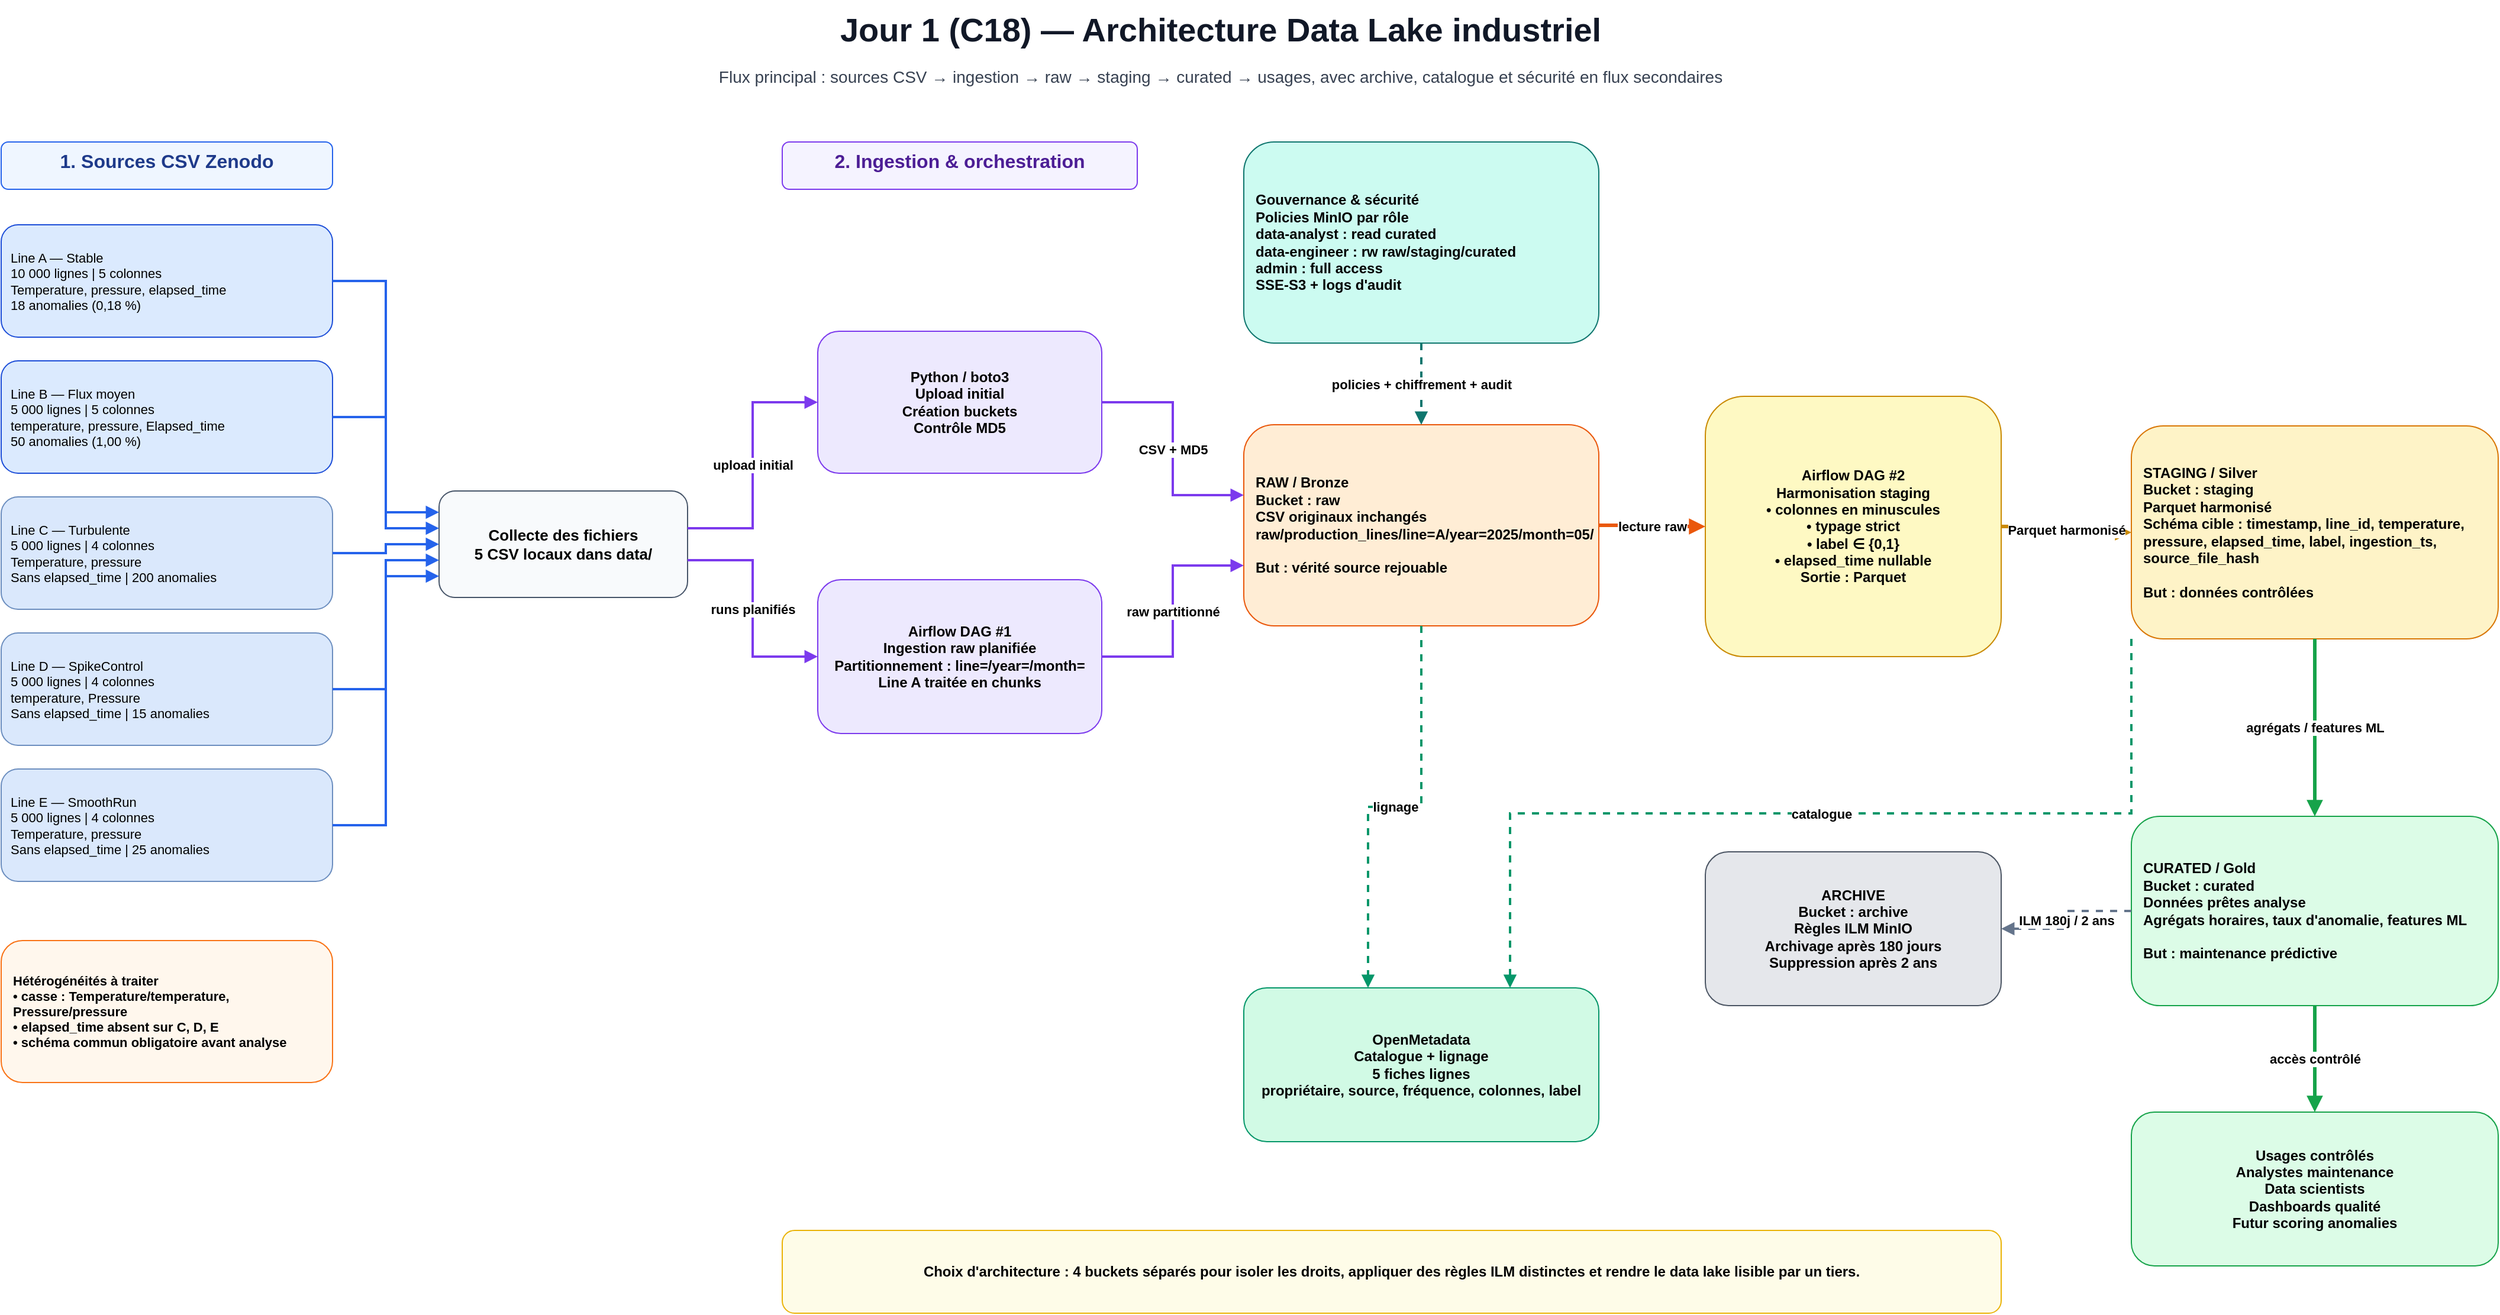
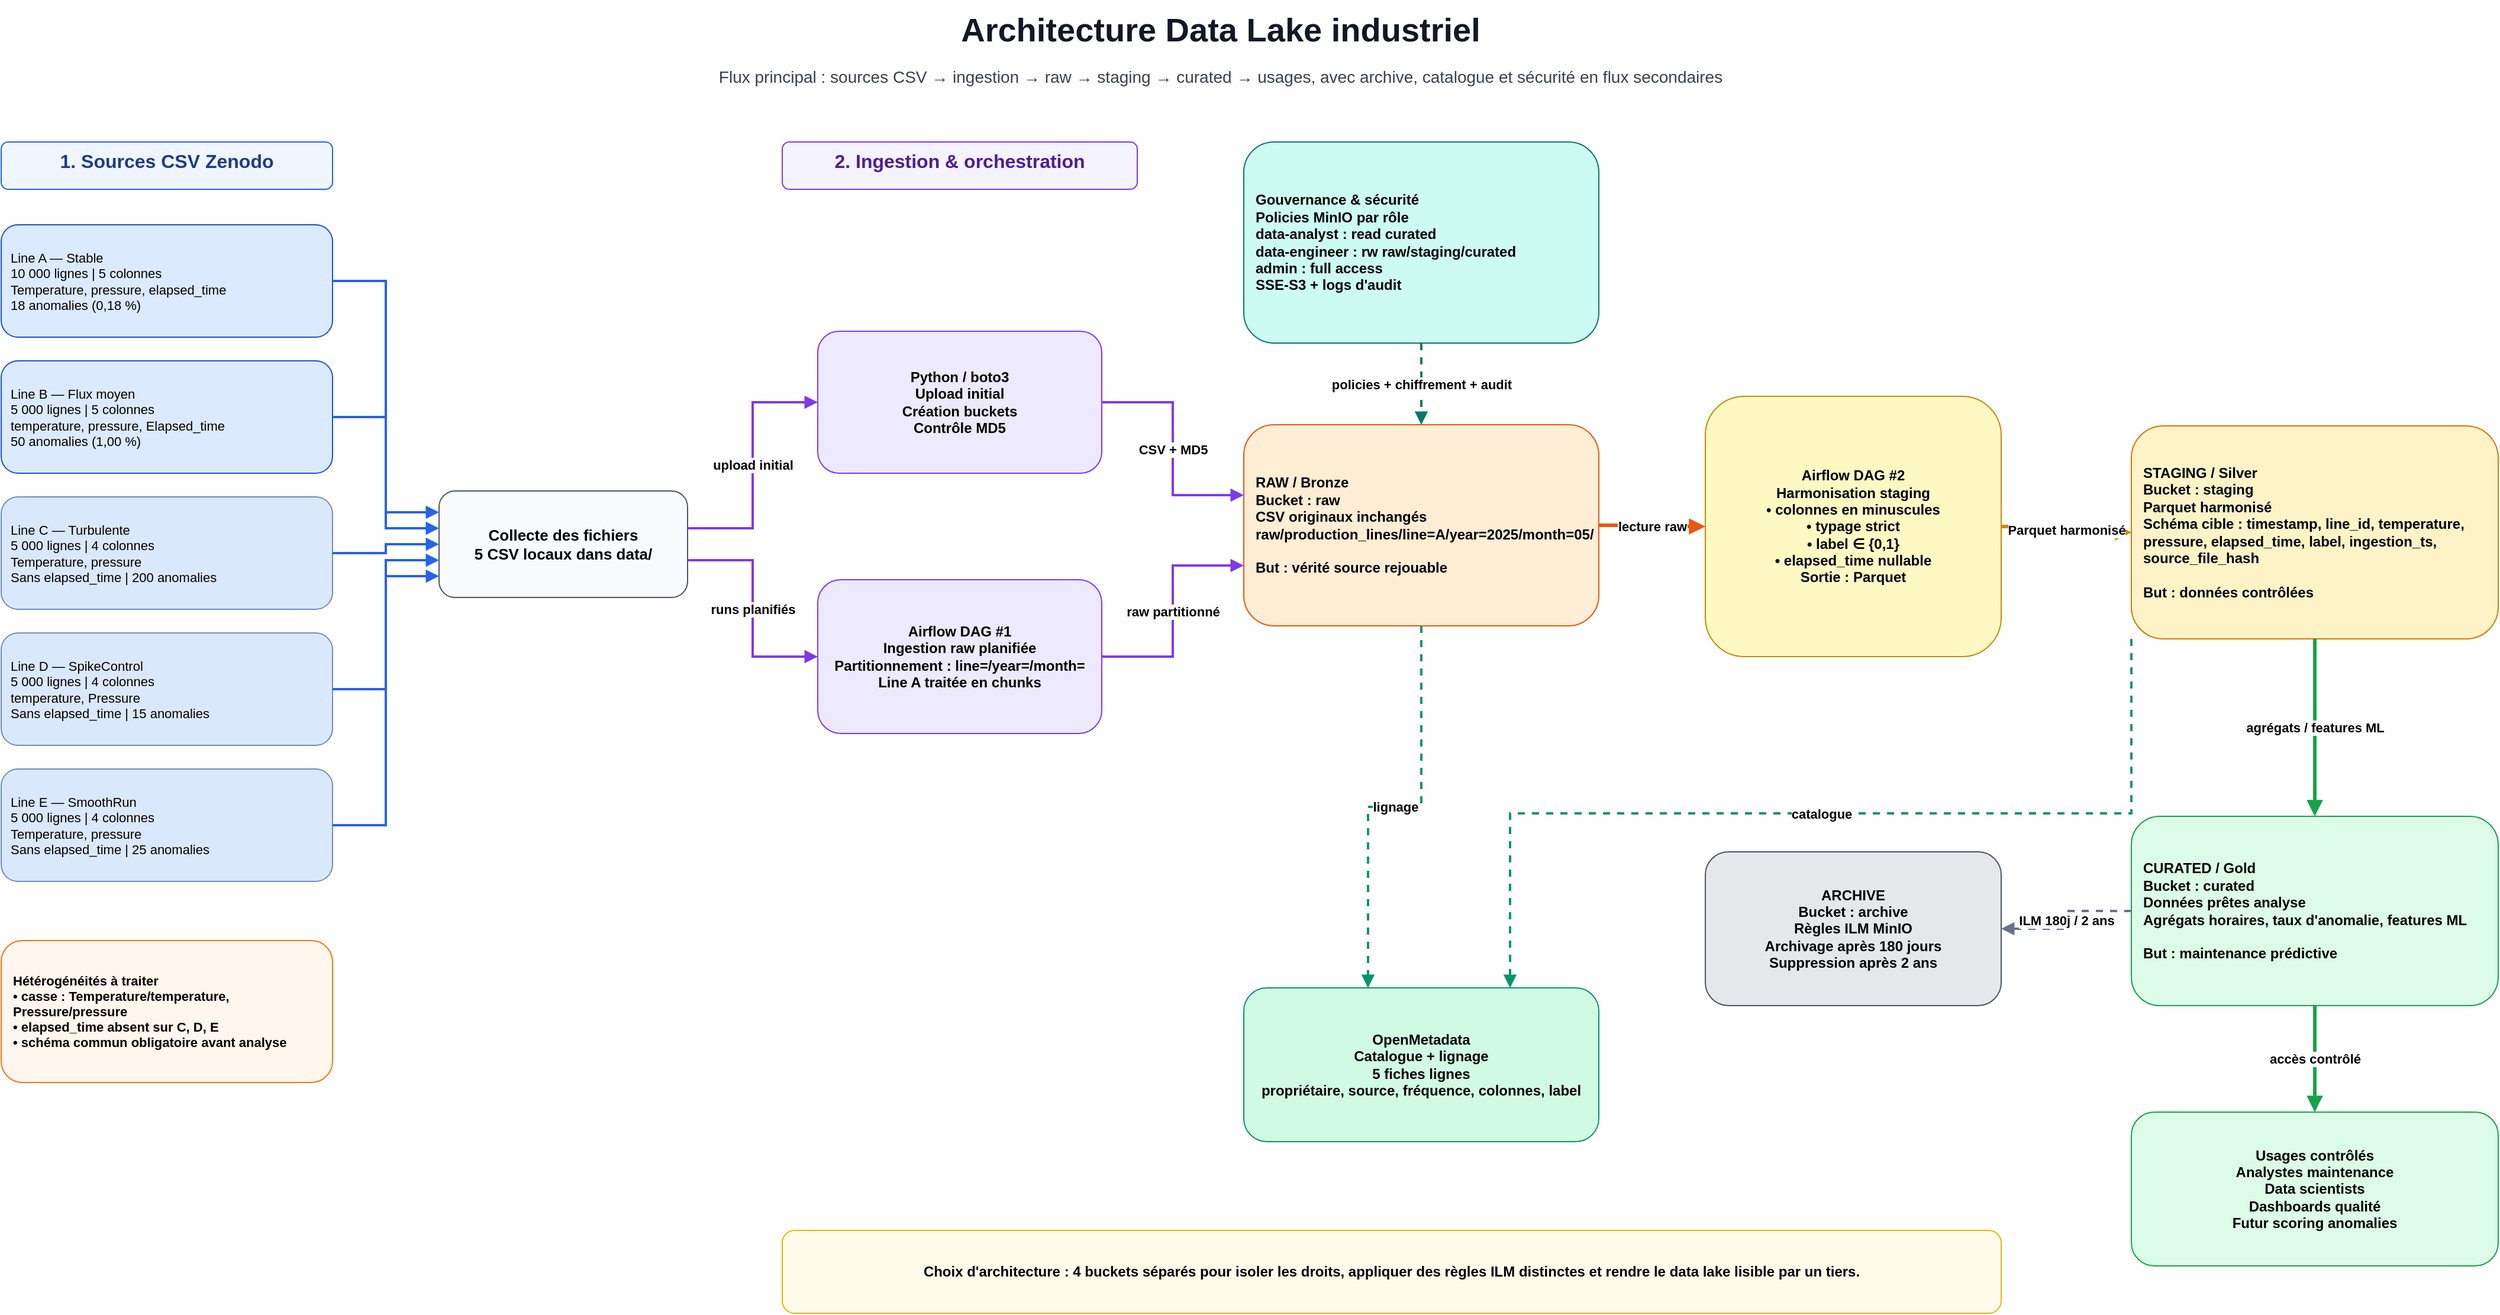
<mxfile host="app.diagrams.net" agent="Codex">
  <diagram id="jour1-datalake-architecture" name="Jour 1 - Architecture Data Lake">
-     <mxGraphModel dx="1488" dy="782" grid="1" gridSize="10" guides="1" tooltips="1" connect="1" arrows="1" fold="1" page="1" pageScale="1" pageWidth="2200" pageHeight="1300" background="#ffffff" math="0" shadow="0">
+     <mxGraphModel dx="2175" dy="1143" grid="1" gridSize="10" guides="1" tooltips="1" connect="1" arrows="1" fold="1" page="1" pageScale="1" pageWidth="2200" pageHeight="1300" background="#ffffff" math="0" shadow="0">
      <root>
        <mxCell id="0" />
        <mxCell id="1" parent="0" />
-         <mxCell id="title" parent="1" style="text;html=1;strokeColor=none;fillColor=none;align=center;verticalAlign=middle;fontSize=28;fontStyle=1;fontColor=#111827;" value="Jour 1 (C18) — Architecture Data Lake industriel" vertex="1">
+         <mxCell id="title" parent="1" style="text;html=1;strokeColor=none;fillColor=none;align=center;verticalAlign=middle;fontSize=28;fontStyle=1;fontColor=#111827;" value="Architecture Data Lake industriel" vertex="1">
          <mxGeometry height="50" width="1880" x="160" y="30" as="geometry" />
        </mxCell>
        <mxCell id="subtitle" parent="1" style="text;html=1;strokeColor=none;fillColor=none;align=center;verticalAlign=middle;fontSize=14;fontColor=#374151;" value="Flux principal : sources CSV → ingestion → raw → staging → curated → usages, avec archive, catalogue et sécurité en flux secondaires" vertex="1">
          <mxGeometry height="30" width="1720" x="240" y="80" as="geometry" />
        </mxCell>
        <mxCell id="sources-title" parent="1" style="text;html=1;rounded=1;whiteSpace=wrap;fontSize=16;fontStyle=1;align=center;fillColor=#eff6ff;strokeColor=#2563eb;fontColor=#1e3a8a;" value="1. Sources CSV Zenodo" vertex="1">
          <mxGeometry height="40" width="280" x="70" y="150" as="geometry" />
        </mxCell>
        <mxCell id="line-a" parent="1" style="rounded=1;whiteSpace=wrap;html=1;fillColor=#dbeafe;strokeColor=#1d4ed8;fontSize=11;align=left;spacing=8;" value="Line A — Stable&#xa;10 000 lignes | 5 colonnes&#xa;Temperature, pressure, elapsed_time&#xa;18 anomalies (0,18 %)" vertex="1">
          <mxGeometry height="95" width="280" x="70" y="220" as="geometry" />
        </mxCell>
        <mxCell id="line-b" parent="1" style="rounded=1;whiteSpace=wrap;html=1;fillColor=#dbeafe;strokeColor=#1d4ed8;fontSize=11;align=left;spacing=8;" value="Line B — Flux moyen&#xa;5 000 lignes | 5 colonnes&#xa;temperature, pressure, Elapsed_time&#xa;50 anomalies (1,00 %)" vertex="1">
          <mxGeometry height="95" width="280" x="70" y="335" as="geometry" />
        </mxCell>
        <mxCell id="line-c" parent="1" style="rounded=1;whiteSpace=wrap;html=1;fontSize=11;align=left;spacing=8;fillColor=#dae8fc;strokeColor=#6c8ebf;" value="Line C — Turbulente&#xa;5 000 lignes | 4 colonnes&#xa;Temperature, pressure&#xa;Sans elapsed_time | 200 anomalies" vertex="1">
          <mxGeometry height="95" width="280" x="70" y="450" as="geometry" />
        </mxCell>
        <mxCell id="line-d" parent="1" style="rounded=1;whiteSpace=wrap;html=1;fillColor=#dae8fc;strokeColor=#6c8ebf;fontSize=11;align=left;spacing=8;" value="Line D — SpikeControl&#xa;5 000 lignes | 4 colonnes&#xa;temperature, Pressure&#xa;Sans elapsed_time | 15 anomalies" vertex="1">
          <mxGeometry height="95" width="280" x="70" y="565" as="geometry" />
        </mxCell>
        <mxCell id="line-e" parent="1" style="rounded=1;whiteSpace=wrap;html=1;fillColor=#dae8fc;strokeColor=#6c8ebf;fontSize=11;align=left;spacing=8;" value="Line E — SmoothRun&#xa;5 000 lignes | 4 colonnes&#xa;Temperature, pressure&#xa;Sans elapsed_time | 25 anomalies" vertex="1">
          <mxGeometry height="95" width="280" x="70" y="680" as="geometry" />
        </mxCell>
        <mxCell id="schema-warning" parent="1" style="rounded=1;whiteSpace=wrap;html=1;fillColor=#fff7ed;strokeColor=#f97316;fontSize=11;fontStyle=1;align=left;spacing=10;" value="Hétérogénéités à traiter&#xa;• casse : Temperature/temperature, Pressure/pressure&#xa;• elapsed_time absent sur C, D, E&#xa;• schéma commun obligatoire avant analyse" vertex="1">
          <mxGeometry height="120" width="280" x="70" y="825" as="geometry" />
        </mxCell>
        <mxCell id="collector" parent="1" style="rounded=1;whiteSpace=wrap;html=1;fillColor=#f8fafc;strokeColor=#475569;fontSize=13;fontStyle=1;align=center;" value="Collecte des fichiers&#xa;5 CSV locaux dans data/" vertex="1">
          <mxGeometry height="90" width="210" x="440" y="445" as="geometry" />
        </mxCell>
        <mxCell id="ingestion-title" parent="1" style="text;html=1;rounded=1;whiteSpace=wrap;fontSize=16;fontStyle=1;align=center;fillColor=#f5f3ff;strokeColor=#7c3aed;fontColor=#4c1d95;" value="2. Ingestion &amp; orchestration" vertex="1">
          <mxGeometry height="40" width="300" x="730" y="150" as="geometry" />
        </mxCell>
        <mxCell id="boto3" parent="1" style="rounded=1;whiteSpace=wrap;html=1;fillColor=#ede9fe;strokeColor=#7c3aed;fontSize=12;fontStyle=1;align=center;" value="Python / boto3&lt;br&gt;Upload initial&lt;br&gt;Création buckets&lt;br&gt;Contrôle MD5" vertex="1">
          <mxGeometry height="120" width="240" x="760" y="310" as="geometry" />
        </mxCell>
        <mxCell id="airflow-ingest" parent="1" style="rounded=1;whiteSpace=wrap;html=1;fillColor=#ede9fe;strokeColor=#7c3aed;fontSize=12;fontStyle=1;align=center;" value="Airflow DAG #1&#xa;Ingestion raw planifiée&#xa;Partitionnement : line=/year=/month=&#xa;Line A traitée en chunks" vertex="1">
          <mxGeometry height="130" width="240" x="760" y="520" as="geometry" />
        </mxCell>
        <mxCell id="raw" parent="1" style="rounded=1;whiteSpace=wrap;html=1;fillColor=#ffedd5;strokeColor=#ea580c;fontSize=12;fontStyle=1;align=left;spacing=10;" value="RAW / Bronze&#xa;Bucket : raw&#xa;CSV originaux inchangés&#xa;raw/production_lines/line=A/year=2025/month=05/&#xa;&#xa;But : vérité source rejouable" vertex="1">
          <mxGeometry height="170" width="300" x="1120" y="389" as="geometry" />
        </mxCell>
        <mxCell id="transform" parent="1" style="rounded=1;whiteSpace=wrap;html=1;fillColor=#fef9c3;strokeColor=#ca8a04;fontSize=12;fontStyle=1;align=center;" value="Airflow DAG #2&#xa;Harmonisation staging&#xa;• colonnes en minuscules&#xa;• typage strict&#xa;• label ∈ {0,1}&#xa;• elapsed_time nullable&#xa;Sortie : Parquet" vertex="1">
          <mxGeometry height="220" width="250" x="1510" y="365" as="geometry" />
        </mxCell>
        <mxCell id="staging" parent="1" style="rounded=1;whiteSpace=wrap;html=1;fillColor=#fef3c7;strokeColor=#d97706;fontSize=12;fontStyle=1;align=left;spacing=10;" value="STAGING / Silver&#xa;Bucket : staging&#xa;Parquet harmonisé&#xa;Schéma cible : timestamp, line_id, temperature, pressure, elapsed_time, label, ingestion_ts, source_file_hash&#xa;&#xa;But : données contrôlées" vertex="1">
          <mxGeometry height="180" width="310" x="1870" y="390" as="geometry" />
        </mxCell>
        <mxCell id="curated" parent="1" style="rounded=1;whiteSpace=wrap;html=1;fillColor=#dcfce7;strokeColor=#16a34a;fontSize=12;fontStyle=1;align=left;spacing=10;" value="CURATED / Gold&#xa;Bucket : curated&#xa;Données prêtes analyse&#xa;Agrégats horaires, taux d&#39;anomalie, features ML&#xa;&#xa;But : maintenance prédictive" vertex="1">
          <mxGeometry height="160" width="310" x="1870" y="720" as="geometry" />
        </mxCell>
        <mxCell id="archive" parent="1" style="rounded=1;whiteSpace=wrap;html=1;fillColor=#e5e7eb;strokeColor=#4b5563;fontSize=12;fontStyle=1;align=center;" value="ARCHIVE&#xa;Bucket : archive&#xa;Règles ILM MinIO&#xa;Archivage après 180 jours&#xa;Suppression après 2 ans" vertex="1">
          <mxGeometry height="130" width="250" x="1510" y="750" as="geometry" />
        </mxCell>
        <mxCell id="metadata" parent="1" style="rounded=1;whiteSpace=wrap;html=1;fillColor=#d1fae5;strokeColor=#059669;fontSize=12;fontStyle=1;align=center;" value="OpenMetadata&#xa;Catalogue + lignage&#xa;5 fiches lignes&#xa;propriétaire, source, fréquence, colonnes, label" vertex="1">
          <mxGeometry height="130" width="300" x="1120" y="865" as="geometry" />
        </mxCell>
        <mxCell id="security" parent="1" style="rounded=1;whiteSpace=wrap;html=1;fillColor=#ccfbf1;strokeColor=#0f766e;fontSize=12;fontStyle=1;align=left;spacing=10;" value="Gouvernance &amp; sécurité&#xa;Policies MinIO par rôle&#xa;data-analyst : read curated&#xa;data-engineer : rw raw/staging/curated&#xa;admin : full access&#xa;SSE-S3 + logs d&#39;audit" vertex="1">
          <mxGeometry height="170" width="300" x="1120" y="150" as="geometry" />
        </mxCell>
        <mxCell id="consumers" parent="1" style="rounded=1;whiteSpace=wrap;html=1;fillColor=#dcfce7;strokeColor=#16a34a;fontSize=12;fontStyle=1;align=center;" value="Usages contrôlés&#xa;Analystes maintenance&#xa;Data scientists&#xa;Dashboards qualité&#xa;Futur scoring anomalies" vertex="1">
          <mxGeometry height="130" width="310" x="1870" y="970" as="geometry" />
        </mxCell>
        <mxCell id="why" parent="1" style="rounded=1;whiteSpace=wrap;html=1;fillColor=#fefce8;strokeColor=#eab308;fontSize=12;fontStyle=1;align=center;" value="Choix d&#39;architecture : 4 buckets séparés pour isoler les droits, appliquer des règles ILM distinctes et rendre le data lake lisible par un tiers." vertex="1">
          <mxGeometry height="70" width="1030" x="730" y="1070" as="geometry" />
        </mxCell>
        <mxCell id="edge-line-a" edge="1" parent="1" source="line-a" style="edgeStyle=orthogonalEdgeStyle;rounded=0;html=1;strokeColor=#2563eb;strokeWidth=2;endArrow=block;endFill=1;exitX=1;exitY=0.5;entryX=0;entryY=0.2;" target="collector">
          <mxGeometry relative="1" as="geometry" />
        </mxCell>
        <mxCell id="edge-line-b" edge="1" parent="1" source="line-b" style="edgeStyle=orthogonalEdgeStyle;rounded=0;html=1;strokeColor=#2563eb;strokeWidth=2;endArrow=block;endFill=1;exitX=1;exitY=0.5;entryX=0;entryY=0.35;" target="collector">
          <mxGeometry relative="1" as="geometry" />
        </mxCell>
        <mxCell id="edge-line-c" edge="1" parent="1" source="line-c" style="edgeStyle=orthogonalEdgeStyle;rounded=0;html=1;strokeColor=#2563eb;strokeWidth=2;endArrow=block;endFill=1;exitX=1;exitY=0.5;entryX=0;entryY=0.5;" target="collector">
          <mxGeometry relative="1" as="geometry" />
        </mxCell>
        <mxCell id="edge-line-d" edge="1" parent="1" source="line-d" style="edgeStyle=orthogonalEdgeStyle;rounded=0;html=1;strokeColor=#2563eb;strokeWidth=2;endArrow=block;endFill=1;exitX=1;exitY=0.5;entryX=0;entryY=0.65;" target="collector">
          <mxGeometry relative="1" as="geometry" />
        </mxCell>
        <mxCell id="edge-line-e" edge="1" parent="1" source="line-e" style="edgeStyle=orthogonalEdgeStyle;rounded=0;html=1;strokeColor=#2563eb;strokeWidth=2;endArrow=block;endFill=1;exitX=1;exitY=0.5;entryX=0;entryY=0.8;" target="collector">
          <mxGeometry relative="1" as="geometry" />
        </mxCell>
        <mxCell id="edge-collector-boto3" edge="1" parent="1" source="collector" style="edgeStyle=orthogonalEdgeStyle;rounded=0;html=1;strokeColor=#7c3aed;strokeWidth=2;endArrow=block;endFill=1;exitX=1;exitY=0.35;entryX=0;entryY=0.5;fontSize=11;fontStyle=1;" target="boto3" value="upload initial">
          <mxGeometry relative="1" as="geometry" />
        </mxCell>
        <mxCell id="edge-collector-airflow" edge="1" parent="1" source="collector" style="edgeStyle=orthogonalEdgeStyle;rounded=0;html=1;strokeColor=#7c3aed;strokeWidth=2;endArrow=block;endFill=1;exitX=1;exitY=0.65;entryX=0;entryY=0.5;fontSize=11;fontStyle=1;" target="airflow-ingest" value="runs planifiés">
          <mxGeometry relative="1" as="geometry" />
        </mxCell>
        <mxCell id="edge-boto3-raw" edge="1" parent="1" source="boto3" style="edgeStyle=orthogonalEdgeStyle;rounded=0;html=1;strokeColor=#7c3aed;strokeWidth=2;endArrow=block;endFill=1;exitX=1;exitY=0.5;entryX=0;entryY=0.35;fontSize=11;fontStyle=1;" target="raw" value="CSV + MD5">
          <mxGeometry relative="1" as="geometry" />
        </mxCell>
        <mxCell id="edge-airflow-raw" edge="1" parent="1" source="airflow-ingest" style="edgeStyle=orthogonalEdgeStyle;rounded=0;html=1;strokeColor=#7c3aed;strokeWidth=2;endArrow=block;endFill=1;exitX=1;exitY=0.5;entryX=0;entryY=0.7;fontSize=11;fontStyle=1;" target="raw" value="raw partitionné">
          <mxGeometry relative="1" as="geometry" />
        </mxCell>
        <mxCell id="edge-raw-transform" edge="1" parent="1" source="raw" style="edgeStyle=orthogonalEdgeStyle;rounded=0;html=1;strokeColor=#ea580c;strokeWidth=3;endArrow=block;endFill=1;exitX=1;exitY=0.5;entryX=0;entryY=0.5;fontSize=11;fontStyle=1;" target="transform" value="lecture raw">
          <mxGeometry relative="1" as="geometry" />
        </mxCell>
        <mxCell id="edge-transform-staging" edge="1" parent="1" source="transform" style="edgeStyle=orthogonalEdgeStyle;rounded=0;html=1;strokeColor=#ca8a04;strokeWidth=3;endArrow=block;endFill=1;exitX=1;exitY=0.5;entryX=0;entryY=0.5;fontSize=11;fontStyle=1;" target="staging" value="Parquet harmonisé">
          <mxGeometry relative="1" as="geometry" />
        </mxCell>
        <mxCell id="edge-staging-curated" edge="1" parent="1" source="staging" style="edgeStyle=orthogonalEdgeStyle;rounded=0;html=1;strokeColor=#16a34a;strokeWidth=3;endArrow=block;endFill=1;exitX=0.5;exitY=1;entryX=0.5;entryY=0;fontSize=11;fontStyle=1;" target="curated" value="agrégats / features ML">
          <mxGeometry relative="1" as="geometry" />
        </mxCell>
        <mxCell id="edge-curated-consumers" edge="1" parent="1" source="curated" style="edgeStyle=orthogonalEdgeStyle;rounded=0;html=1;strokeColor=#16a34a;strokeWidth=3;endArrow=block;endFill=1;exitX=0.5;exitY=1;entryX=0.5;entryY=0;fontSize=11;fontStyle=1;" target="consumers" value="accès contrôlé">
          <mxGeometry relative="1" as="geometry" />
        </mxCell>
        <mxCell id="edge-curated-archive" edge="1" parent="1" source="curated" style="edgeStyle=orthogonalEdgeStyle;rounded=0;html=1;strokeColor=#64748b;strokeWidth=2;dashed=1;endArrow=block;endFill=1;exitX=0;exitY=0.5;entryX=1;entryY=0.5;fontSize=11;fontStyle=1;" target="archive" value="ILM 180j / 2 ans">
          <mxGeometry relative="1" as="geometry" />
        </mxCell>
        <mxCell id="edge-raw-metadata" edge="1" parent="1" source="raw" style="edgeStyle=orthogonalEdgeStyle;rounded=0;html=1;strokeColor=#059669;strokeWidth=2;dashed=1;endArrow=block;endFill=1;exitX=0.5;exitY=1;entryX=0.35;entryY=0;fontSize=11;fontStyle=1;" target="metadata" value="lignage">
          <mxGeometry relative="1" as="geometry" />
        </mxCell>
        <mxCell id="edge-staging-metadata" edge="1" parent="1" source="staging" style="edgeStyle=orthogonalEdgeStyle;rounded=0;html=1;strokeColor=#059669;strokeWidth=2;dashed=1;endArrow=block;endFill=1;exitX=0;exitY=1;entryX=0.75;entryY=0;fontSize=11;fontStyle=1;" target="metadata" value="catalogue">
          <mxGeometry relative="1" as="geometry" />
        </mxCell>
        <mxCell id="edge-security-raw" edge="1" parent="1" source="security" style="edgeStyle=orthogonalEdgeStyle;rounded=0;html=1;strokeColor=#0f766e;strokeWidth=2;dashed=1;endArrow=block;endFill=1;exitX=0.5;exitY=1;entryX=0.5;entryY=0;fontSize=11;fontStyle=1;" target="raw" value="policies + chiffrement + audit">
          <mxGeometry relative="1" as="geometry" />
        </mxCell>
      </root>
    </mxGraphModel>
  </diagram>
</mxfile>
